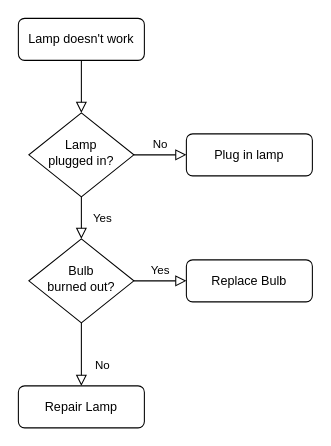
Above: Method.drawio in devgranlund/idea-settings (draw.io), before the change. Source tidied: cells renumbered, new cells numbered last; positions are measured from the earlier drawing's top-left corner, leaving out a move shared by most shapes. Both pictures are drawn from the tidied source at 105%, with x=0, y=0 at pixel (18, 18).
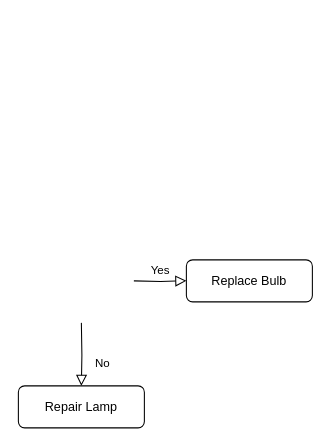
The same page after the edit.

What changed in the source:
```diff
@@
 <mxGraphModel>
   <root>
     <mxCell id="0" />
     <mxCell id="1" parent="0" />
-    <mxCell id="2" style="rounded=0;html=1;jettySize=auto;fontSize=11;endArrow=block;endFill=0;endSize=8;strokeWidth=1;shadow=0;labelBackgroundColor=none;edgeStyle=orthogonalEdgeStyle;" parent="1" edge="1" source="3" target="6">
-      <mxGeometry relative="1" as="geometry" />
-    </mxCell>
-    <mxCell id="3" value="Lamp doesn't work" style="rounded=1;whiteSpace=wrap;html=1;fontSize=12;glass=0;strokeWidth=1;shadow=0;" parent="1" vertex="1">
-      <mxGeometry width="120" height="40" as="geometry" />
-    </mxCell>
-    <mxCell id="4" value="Yes" style="rounded=0;html=1;jettySize=auto;fontSize=11;endArrow=block;endFill=0;endSize=8;strokeWidth=1;shadow=0;labelBackgroundColor=none;edgeStyle=orthogonalEdgeStyle;" parent="1" edge="1" source="6" target="10">
-      <mxGeometry y="20" relative="1" as="geometry" />
-    </mxCell>
-    <mxCell id="5" value="No" style="edgeStyle=orthogonalEdgeStyle;rounded=0;html=1;jettySize=auto;fontSize=11;endArrow=block;endFill=0;endSize=8;strokeWidth=1;shadow=0;labelBackgroundColor=none;" parent="1" edge="1" source="6" target="7">
-      <mxGeometry y="10" relative="1" as="geometry" />
-    </mxCell>
-    <mxCell id="6" value="Lamp&lt;br&gt;plugged in?" style="rhombus;whiteSpace=wrap;html=1;shadow=0;fontFamily=Helvetica;fontSize=12;align=center;strokeWidth=1;spacing=6;spacingTop=-4;" parent="1" vertex="1">
-      <mxGeometry x="10" y="90" width="100" height="80" as="geometry" />
-    </mxCell>
-    <mxCell id="7" value="Plug in lamp" style="rounded=1;whiteSpace=wrap;html=1;fontSize=12;glass=0;strokeWidth=1;shadow=0;" parent="1" vertex="1">
-      <mxGeometry x="160" y="110" width="120" height="40" as="geometry" />
-    </mxCell>
-    <mxCell id="8" value="No" style="rounded=0;html=1;jettySize=auto;fontSize=11;endArrow=block;endFill=0;endSize=8;strokeWidth=1;shadow=0;labelBackgroundColor=none;edgeStyle=orthogonalEdgeStyle;" parent="1" edge="1" source="10" target="11">
-      <mxGeometry x="0.33" y="20" relative="1" as="geometry" />
+    <mxCell id="8" value="No" style="rounded=0;html=1;jettySize=auto;fontSize=11;endArrow=block;endFill=0;endSize=8;strokeWidth=1;shadow=0;labelBackgroundColor=none;edgeStyle=orthogonalEdgeStyle;" parent="1" edge="1" target="11">
+      <mxGeometry x="0.33" y="20" relative="1" as="geometry">
+        <mxPoint x="60" y="290" as="sourcePoint" />
+      </mxGeometry>
     </mxCell>
-    <mxCell id="9" value="Yes" style="edgeStyle=orthogonalEdgeStyle;rounded=0;html=1;jettySize=auto;fontSize=11;endArrow=block;endFill=0;endSize=8;strokeWidth=1;shadow=0;labelBackgroundColor=none;" parent="1" edge="1" source="10" target="12">
-      <mxGeometry y="10" relative="1" as="geometry" />
+    <mxCell id="9" value="Yes" style="edgeStyle=orthogonalEdgeStyle;rounded=0;html=1;jettySize=auto;fontSize=11;endArrow=block;endFill=0;endSize=8;strokeWidth=1;shadow=0;labelBackgroundColor=none;" parent="1" edge="1" target="12">
+      <mxGeometry y="10" relative="1" as="geometry">
+        <mxPoint x="110" y="250" as="sourcePoint" />
+      </mxGeometry>
     </mxCell>
-    <mxCell id="10" value="Bulb&lt;br&gt;burned out?" style="rhombus;whiteSpace=wrap;html=1;shadow=0;fontFamily=Helvetica;fontSize=12;align=center;strokeWidth=1;spacing=6;spacingTop=-4;" parent="1" vertex="1">
-      <mxGeometry x="10" y="210" width="100" height="80" as="geometry" />
-    </mxCell>
     <mxCell id="11" value="Repair Lamp" style="rounded=1;whiteSpace=wrap;html=1;fontSize=12;glass=0;strokeWidth=1;shadow=0;" parent="1" vertex="1">
       <mxGeometry y="350" width="120" height="40" as="geometry" />
     </mxCell>
     <mxCell id="12" value="Replace Bulb" style="rounded=1;whiteSpace=wrap;html=1;fontSize=12;glass=0;strokeWidth=1;shadow=0;" parent="1" vertex="1">
       <mxGeometry x="160" y="230" width="120" height="40" as="geometry" />
     </mxCell>
   </root>
 </mxGraphModel>
```
